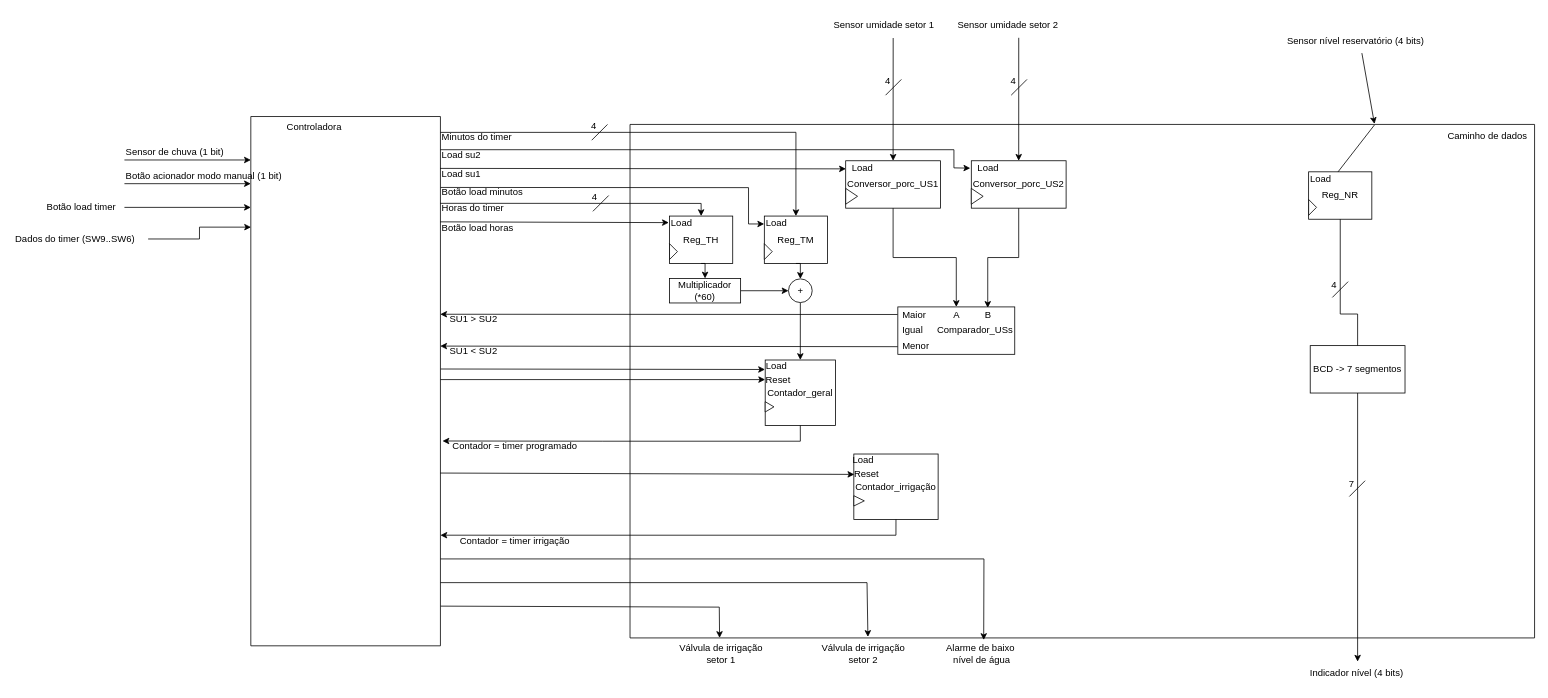
Above: page "Caminho de dados" (4 of 4) of docs/diagramas.drawio in bbiancalopess/fsm-sistema-irrigacao (draw.io), before the change. Source tidied: cells renumbered, new cells numbered last; positions are measured from the earlier drawing's top-left corner, leaving out a move shared by most shapes. Both pictures are drawn from the tidied source at 79%, with x=0, y=0 at pixel (13, 13).
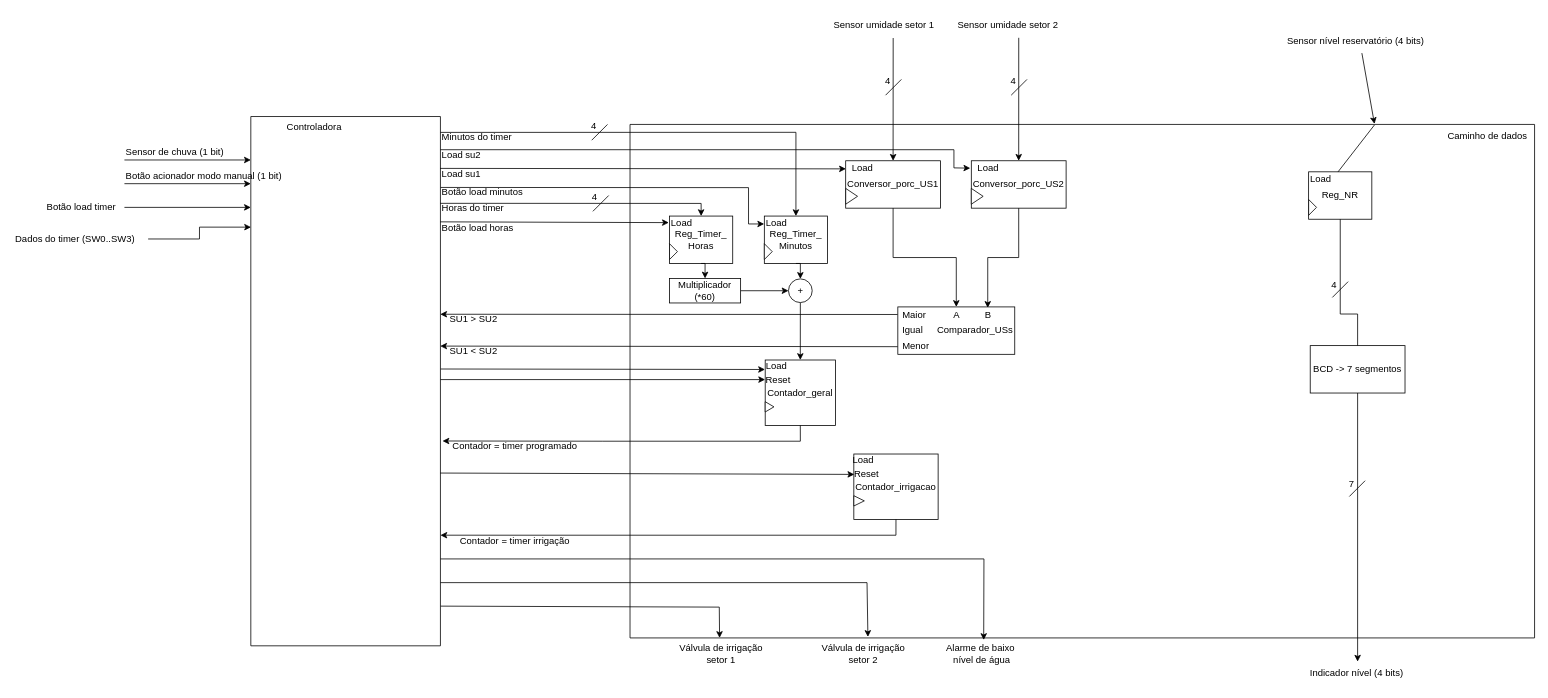
The same page after the edit.

The change refers to these unchanged cells:
```xml
<mxCell id="4" style="group;" parent="2" vertex="1">
  <mxGeometry x="40" y="110" width="90" height="66" as="geometry" />
</mxCell>
<mxCell id="20" style="group;" parent="2" vertex="1">
  <mxGeometry x="160" y="110" width="90" height="66" as="geometry" />
</mxCell>
<mxCell id="63" style="group;" parent="2" vertex="1">
  <mxGeometry x="270" y="410" width="120" height="90" as="geometry" />
</mxCell>
```

What changed in the source:
```diff
@@
-    <mxCell id="5" value="Reg_TH" style="rounded=0;whiteSpace=wrap;html=1;" parent="4" vertex="1">
+    <mxCell id="5" value="Reg_Timer_&lt;div&gt;Horas&lt;/div&gt;" style="rounded=0;whiteSpace=wrap;html=1;" parent="4" vertex="1">
       <mxGeometry x="10" y="6" width="80" height="60" as="geometry" />
     </mxCell>
@@
-    <mxCell id="21" value="Reg_TM" style="rounded=0;whiteSpace=wrap;html=1;" parent="20" vertex="1">
+    <mxCell id="21" value="Reg_Timer_&lt;div&gt;Minutos&lt;/div&gt;" style="rounded=0;whiteSpace=wrap;html=1;" parent="20" vertex="1">
       <mxGeometry x="10" y="6" width="80" height="60" as="geometry" />
     </mxCell>
@@
-    <mxCell id="64" value="Contador_irrigação" style="rounded=0;whiteSpace=wrap;html=1;" parent="63" vertex="1">
+    <mxCell id="64" value="Contador_irrigacao" style="rounded=0;whiteSpace=wrap;html=1;" parent="63" vertex="1">
       <mxGeometry x="13.3" y="7.2" width="106.7" height="82.8" as="geometry" />
     </mxCell>
@@
-    <mxCell id="81" value="&lt;font&gt;Dados do timer (SW9..SW6)&lt;/font&gt;" style="text;html=1;align=left;verticalAlign=middle;points=[];strokeColor=none;fillColor=none;fontSize=12;" parent="1" vertex="1">
+    <mxCell id="81" value="&lt;font&gt;Dados do timer (SW0..SW3)&lt;/font&gt;" style="text;html=1;align=left;verticalAlign=middle;points=[];strokeColor=none;fillColor=none;fontSize=12;" parent="1" vertex="1">
       <mxGeometry y="270" width="170" height="30" as="geometry" />
     </mxCell>
```
